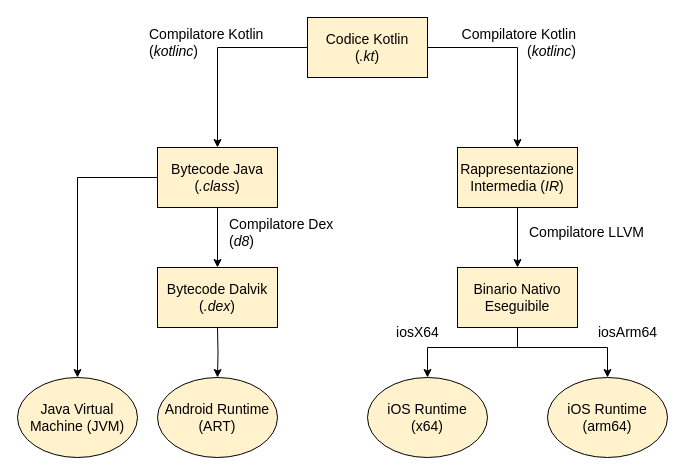
Before: page "Page-13" (13 of 22) of tesi-2.drawio in paganellif/tesi-paganelli, a draw.io diagram. Source tidied: cells renumbered, new cells numbered last; positions are measured from the earlier drawing's top-left corner, leaving out a move shared by most shapes. Both pictures are drawn from the tidied source at 100%, with x=0, y=0 at pixel (17, 17).
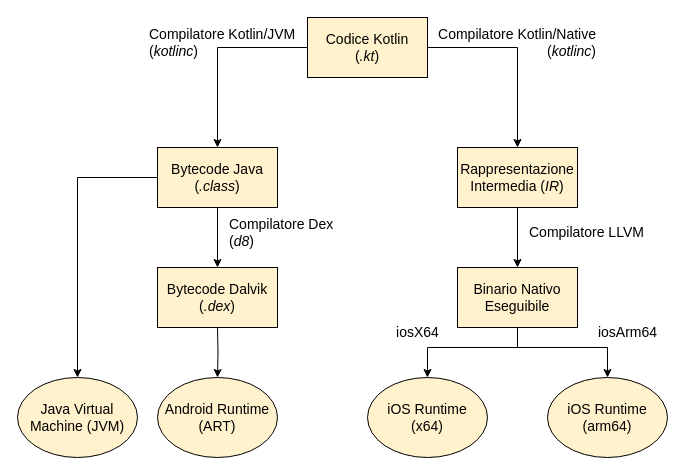
The same page after the edit.

What changed in the source:
```diff
@@
-    <mxCell id="3" value="Compilatore Kotlin&lt;br style=&quot;font-size: 14px;&quot;&gt;(&lt;i style=&quot;font-size: 14px;&quot;&gt;kotlinc&lt;/i&gt;)" style="text;html=1;align=left;verticalAlign=middle;strokeColor=none;fillColor=none;fontSize=14;" parent="1" vertex="1">
-      <mxGeometry x="130" width="140" height="50" as="geometry" />
+    <mxCell id="3" value="Compilatore Kotlin/JVM&lt;br style=&quot;font-size: 14px;&quot;&gt;(&lt;i style=&quot;font-size: 14px;&quot;&gt;kotlinc&lt;/i&gt;)" style="text;html=1;align=left;verticalAlign=middle;strokeColor=none;fillColor=none;fontSize=14;" parent="1" vertex="1">
+      <mxGeometry x="130" width="170" height="50" as="geometry" />
     </mxCell>
@@
-    <mxCell id="24" value="Compilatore Kotlin&lt;br style=&quot;font-size: 14px;&quot;&gt;(&lt;i style=&quot;font-size: 14px;&quot;&gt;kotlinc&lt;/i&gt;)" style="text;html=1;align=right;verticalAlign=middle;strokeColor=none;fillColor=none;fontSize=14;" parent="1" vertex="1">
-      <mxGeometry x="420" width="140" height="50" as="geometry" />
+    <mxCell id="24" value="Compilatore Kotlin/Native&lt;br style=&quot;font-size: 14px;&quot;&gt;(&lt;i style=&quot;font-size: 14px;&quot;&gt;kotlinc&lt;/i&gt;)" style="text;html=1;align=right;verticalAlign=middle;strokeColor=none;fillColor=none;fontSize=14;" parent="1" vertex="1">
+      <mxGeometry x="400" width="180" height="50" as="geometry" />
     </mxCell>
```
